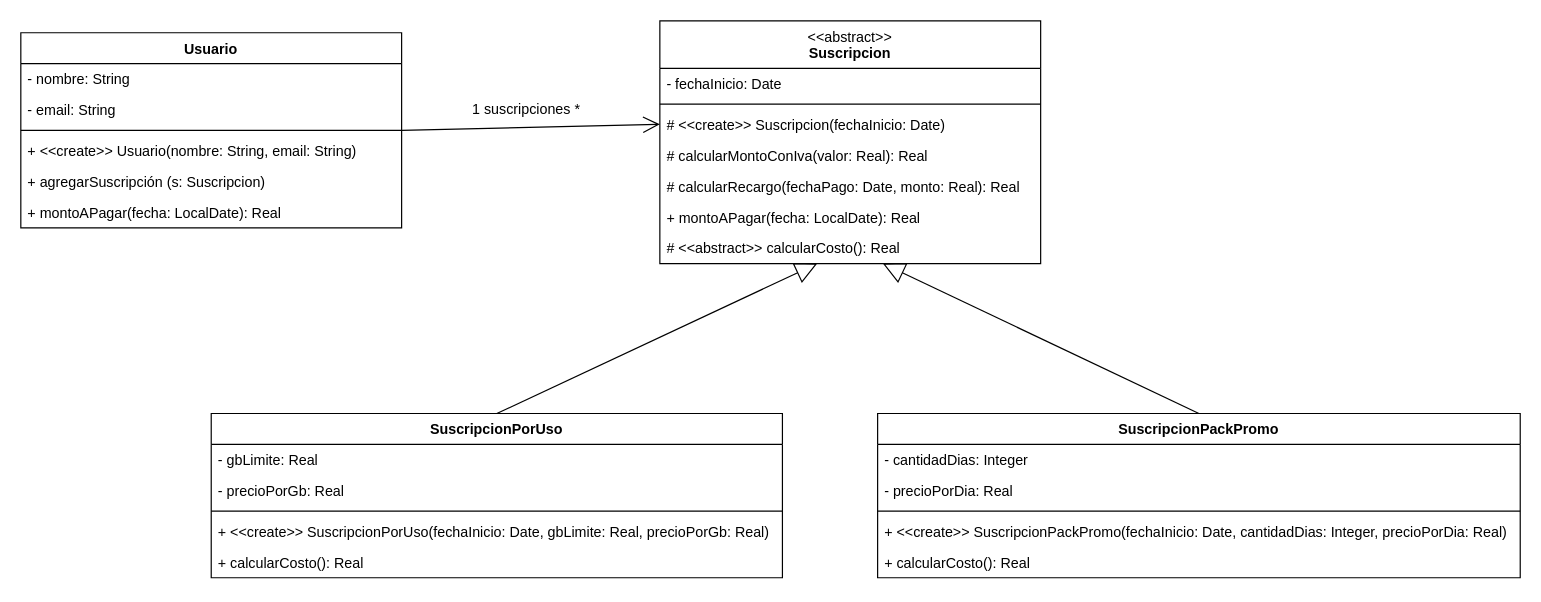
Before: Parciales/Parcial2/Punto 2.drawio in felirojas12/OO1, a draw.io diagram. Source tidied: cells renumbered, new cells numbered last; positions are measured from the earlier drawing's top-left corner, leaving out a move shared by most shapes. Both pictures are drawn from the tidied source at 119%, with x=0, y=0 at pixel (20, 20).
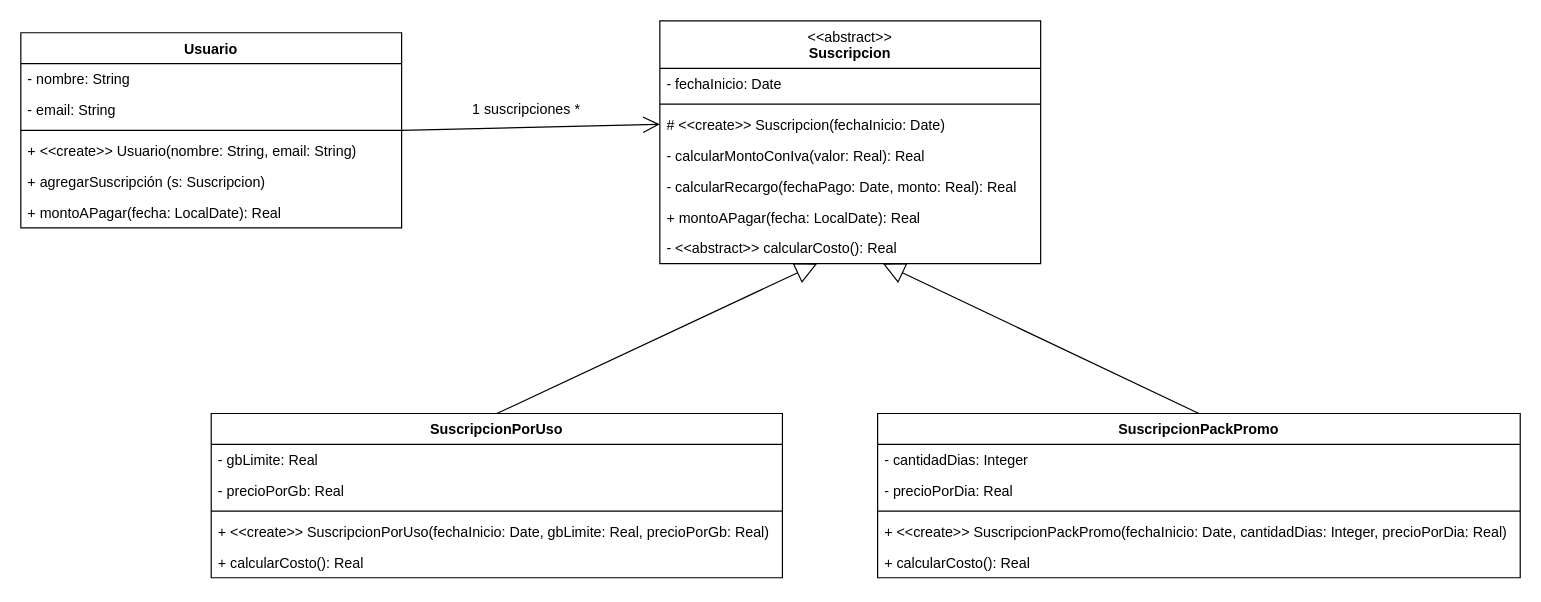
The same page after the edit.

Unchanged cells that the change refers to:
```xml
<mxCell id="9" value="&lt;span style=&quot;font-weight: normal;&quot;&gt;&amp;lt;&amp;lt;abstract&amp;gt;&amp;gt;&lt;/span&gt;&lt;div&gt;Suscripcion&lt;/div&gt;" style="swimlane;fontStyle=1;align=center;verticalAlign=top;horizontal=1;startSize=40;whiteSpace=wrap;html=1;" parent="1" vertex="1">
  <mxGeometry x="537" width="320" height="204" as="geometry" />
</mxCell>
```

Diff of the diagram source:
```diff
@@
-    <mxCell id="13" value="# calcularMontoConIva(valor: Real): Real" style="text;strokeColor=none;fillColor=none;align=left;verticalAlign=top;spacingLeft=4;spacingRight=4;overflow=hidden;whiteSpace=wrap;html=1;" parent="9" vertex="1">
+    <mxCell id="13" value="- calcularMontoConIva(valor: Real): Real" style="text;strokeColor=none;fillColor=none;align=left;verticalAlign=top;spacingLeft=4;spacingRight=4;overflow=hidden;whiteSpace=wrap;html=1;" parent="9" vertex="1">
       <mxGeometry y="100" width="320" height="26" as="geometry" />
     </mxCell>
-    <mxCell id="14" value="# calcularRecargo(fechaPago: Date, monto: Real): Real" style="text;strokeColor=none;fillColor=none;align=left;verticalAlign=top;spacingLeft=4;spacingRight=4;overflow=hidden;whiteSpace=wrap;html=1;" parent="9" vertex="1">
+    <mxCell id="14" value="- calcularRecargo(fechaPago: Date, monto: Real): Real" style="text;strokeColor=none;fillColor=none;align=left;verticalAlign=top;spacingLeft=4;spacingRight=4;overflow=hidden;whiteSpace=wrap;html=1;" parent="9" vertex="1">
       <mxGeometry y="126" width="320" height="26" as="geometry" />
     </mxCell>
@@
-    <mxCell id="16" value="# &amp;lt;&amp;lt;abstract&amp;gt;&amp;gt; calcularCosto(): Real" style="text;strokeColor=none;fillColor=none;align=left;verticalAlign=top;spacingLeft=4;spacingRight=4;overflow=hidden;points=[[0,0.5],[1,0.5]];portConstraint=eastwest;whiteSpace=wrap;html=1;" parent="9" vertex="1">
+    <mxCell id="16" value="- &amp;lt;&amp;lt;abstract&amp;gt;&amp;gt; calcularCosto(): Real" style="text;strokeColor=none;fillColor=none;align=left;verticalAlign=top;spacingLeft=4;spacingRight=4;overflow=hidden;points=[[0,0.5],[1,0.5]];portConstraint=eastwest;whiteSpace=wrap;html=1;" parent="9" vertex="1">
       <mxGeometry y="178" width="320" height="26" as="geometry" />
     </mxCell>
```
